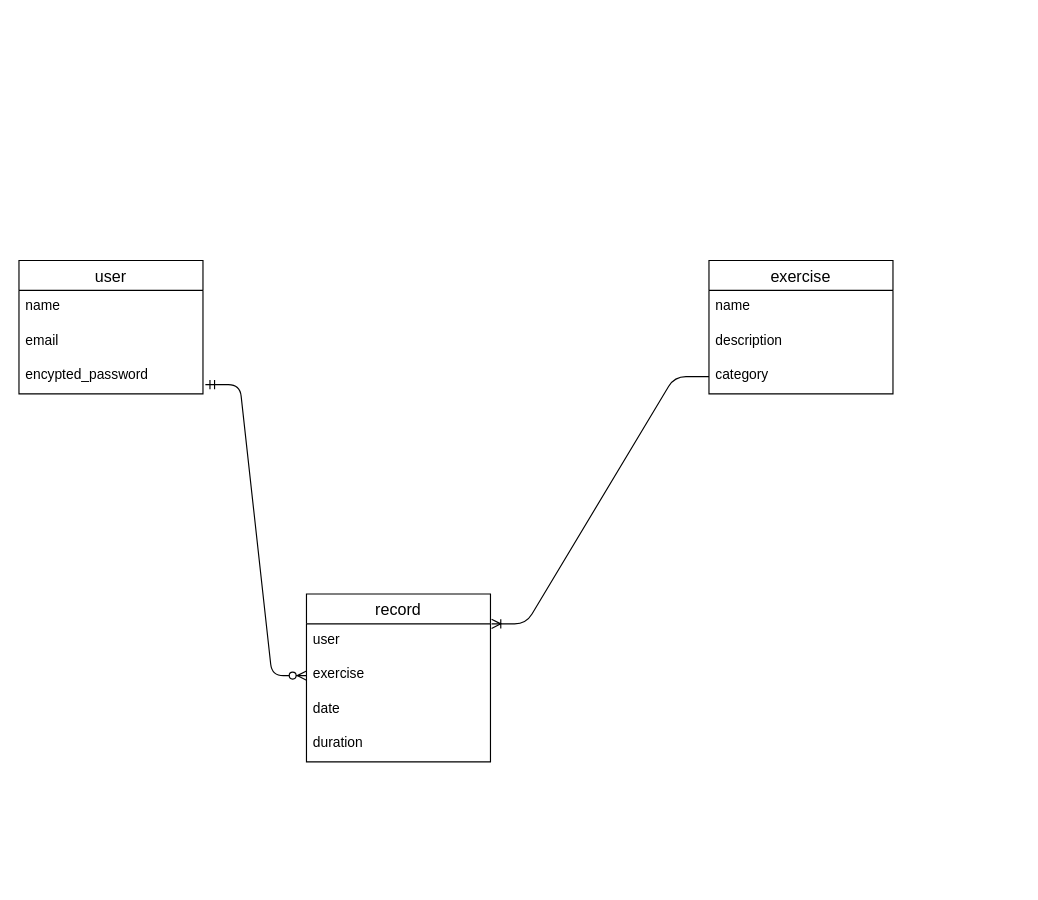
Earlier version of the draw.io diagram page "ページ1" (1 of 2) of test.dio (yuuuuuuuka/my_training). Source tidied: cells renumbered, new cells numbered last; positions are measured from the earlier drawing's top-left corner, leaving out a move shared by most shapes. Both pictures are drawn from the tidied source at 115%, with x=0, y=0 at pixel (18, 260).
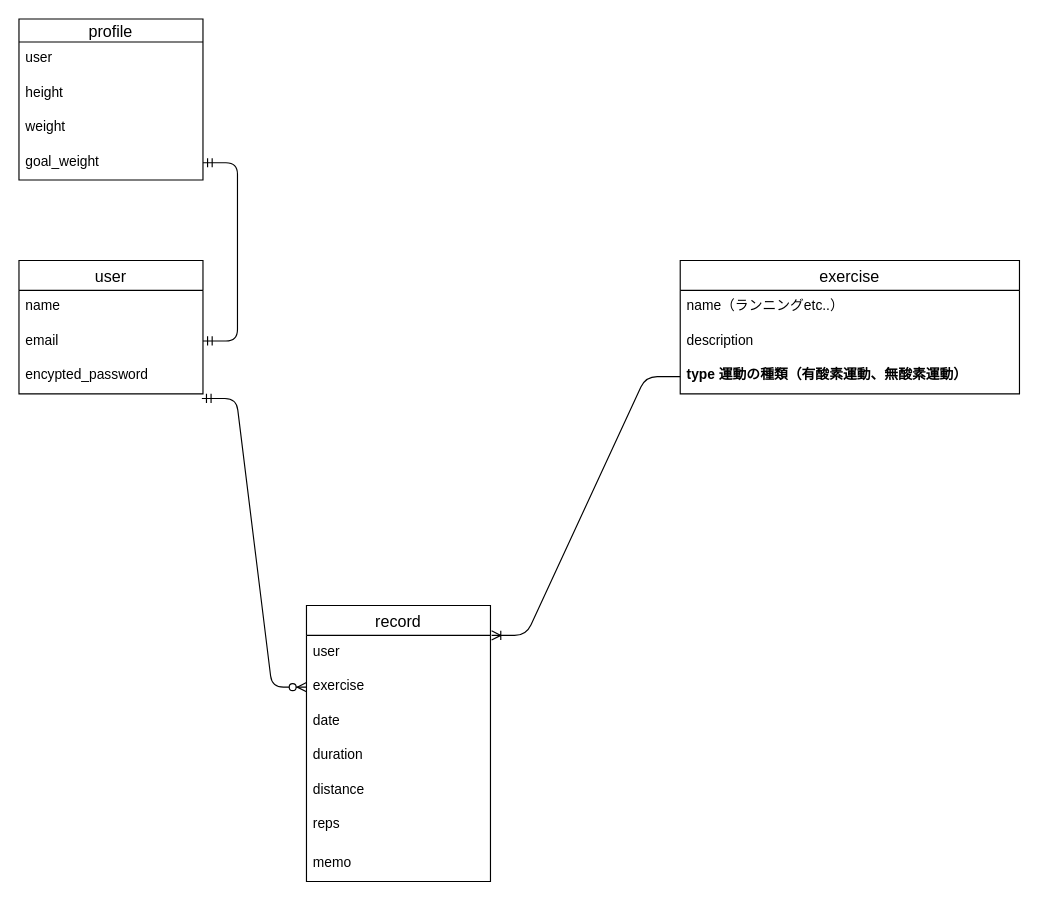
After the change.

Commit message (it also covers changes not shown here):
運動記録アプリ　DB設計

#WHAT
プロフィールテーブル追加

#WHY
マイページを作成するため

Unchanged cells that the change refers to:
```xml
<mxCell id="5" value="encypted_password&#10;&#10;" style="text;strokeColor=none;fillColor=none;spacingLeft=4;spacingRight=4;overflow=hidden;points=[[0,0.5],[1,0.5]];portConstraint=eastwest;fontSize=12;" parent="2" vertex="1">
  <mxGeometry y="86" width="160" height="30" as="geometry" />
</mxCell>
<mxCell id="11" value="user" style="text;strokeColor=none;fillColor=none;spacingLeft=4;spacingRight=4;overflow=hidden;points=[[0,0.5],[1,0.5]];portConstraint=eastwest;fontSize=12;" parent="10" vertex="1">
  <mxGeometry y="26" width="160" height="30" as="geometry" />
</mxCell>
<mxCell id="12" value="exercise" style="text;strokeColor=none;fillColor=none;spacingLeft=4;spacingRight=4;overflow=hidden;points=[[0,0.5],[1,0.5]];portConstraint=eastwest;fontSize=12;" parent="10" vertex="1">
  <mxGeometry y="56" width="160" height="30" as="geometry" />
</mxCell>
```

Diff of the diagram source:
```diff
@@
     <mxCell id="6" value="exercise" style="swimlane;fontStyle=0;horizontal=1;startSize=26;align=center;fontSize=14;" parent="1" vertex="1">
-      <mxGeometry x="600" width="160" height="116" as="geometry" />
+      <mxGeometry x="575" width="295" height="116" as="geometry" />
     </mxCell>
-    <mxCell id="7" value="name" style="text;strokeColor=none;fillColor=none;spacingLeft=4;spacingRight=4;overflow=hidden;fontSize=12;" parent="6" vertex="1">
-      <mxGeometry y="26" width="160" height="30" as="geometry" />
+    <mxCell id="7" value="name（ランニングetc..）" style="text;strokeColor=none;fillColor=none;spacingLeft=4;spacingRight=4;overflow=hidden;fontSize=12;" parent="6" vertex="1">
+      <mxGeometry y="26" width="295" height="30" as="geometry" />
     </mxCell>
     <mxCell id="8" value="description" style="text;strokeColor=none;fillColor=none;spacingLeft=4;spacingRight=4;overflow=hidden;fontSize=12;" parent="6" vertex="1">
-      <mxGeometry y="56" width="160" height="30" as="geometry" />
+      <mxGeometry y="56" width="295" height="30" as="geometry" />
     </mxCell>
-    <mxCell id="9" value="category" style="text;strokeColor=none;fillColor=none;spacingLeft=4;spacingRight=4;overflow=hidden;points=[[0,0.5],[1,0.5]];portConstraint=eastwest;fontSize=12;" parent="6" vertex="1">
-      <mxGeometry y="86" width="160" height="30" as="geometry" />
-    </mxCell>
+    <mxCell id="17" value="type 運動の種類（有酸素運動、無酸素運動）" style="text;strokeColor=none;fillColor=none;spacingLeft=4;spacingRight=4;overflow=hidden;points=[[0,0.5],[1,0.5]];portConstraint=eastwest;fontSize=12;fontStyle=1;" parent="6" vertex="1">
+      <mxGeometry y="86" width="295" height="30" as="geometry" />
+    </mxCell>
     <mxCell id="10" value="record" style="swimlane;fontStyle=0;horizontal=1;startSize=26;align=center;fontSize=14;" parent="1" vertex="1">
-      <mxGeometry x="250" y="290" width="160" height="146" as="geometry" />
+      <mxGeometry x="250" y="300" width="160" height="240" as="geometry" />
     </mxCell>
@@
+    <mxCell id="18" value="distance" style="text;strokeColor=none;fillColor=none;spacingLeft=4;spacingRight=4;overflow=hidden;fontSize=12;" parent="10" vertex="1">
+      <mxGeometry y="146" width="160" height="30" as="geometry" />
+    </mxCell>
+    <mxCell id="19" value="reps" style="text;strokeColor=none;fillColor=none;spacingLeft=4;spacingRight=4;overflow=hidden;fontSize=12;" parent="10" vertex="1">
+      <mxGeometry y="176" width="160" height="34" as="geometry" />
+    </mxCell>
+    <mxCell id="20" value="memo" style="text;strokeColor=none;fillColor=none;spacingLeft=4;spacingRight=4;overflow=hidden;fontSize=12;" parent="10" vertex="1">
+      <mxGeometry y="210" width="160" height="30" as="geometry" />
+    </mxCell>
-    <mxCell id="15" style="edgeStyle=entityRelationEdgeStyle;fontSize=12;html=1;endArrow=ERoneToMany;entryX=1.006;entryY=0;entryDx=0;entryDy=0;entryPerimeter=0;startArrow=none;exitX=0;exitY=0.5;exitDx=0;exitDy=0;" parent="1" edge="1" source="9" target="11">
+    <mxCell id="15" style="edgeStyle=entityRelationEdgeStyle;fontSize=12;html=1;endArrow=ERoneToMany;entryX=1.006;entryY=0;entryDx=0;entryDy=0;entryPerimeter=0;startArrow=none;" parent="1" edge="1" source="17" target="11">
       <mxGeometry relative="1" as="geometry" />
     </mxCell>
-    <mxCell id="16" style="edgeStyle=entityRelationEdgeStyle;fontSize=12;html=1;endArrow=ERzeroToMany;startArrow=ERmandOne;exitX=1.013;exitY=0.733;exitDx=0;exitDy=0;exitPerimeter=0;entryX=0;entryY=0.5;entryDx=0;entryDy=0;" parent="1" edge="1" source="5" target="12">
+    <mxCell id="16" style="edgeStyle=entityRelationEdgeStyle;fontSize=12;html=1;endArrow=ERzeroToMany;startArrow=ERmandOne;entryX=0;entryY=0.5;entryDx=0;entryDy=0;exitX=0.994;exitY=1.133;exitDx=0;exitDy=0;exitPerimeter=0;" parent="1" edge="1" source="5" target="12">
       <mxGeometry relative="1" as="geometry" />
     </mxCell>
+    <mxCell id="21" value="profile" style="swimlane;fontStyle=0;horizontal=1;startSize=20;align=center;fontSize=14;" parent="1" vertex="1">
+      <mxGeometry y="-210" width="160" height="140" as="geometry" />
+    </mxCell>
+    <mxCell id="22" value="user" style="text;strokeColor=none;fillColor=none;spacingLeft=4;spacingRight=4;overflow=hidden;fontSize=12;" parent="21" vertex="1">
+      <mxGeometry y="20" width="160" height="30" as="geometry" />
+    </mxCell>
+    <mxCell id="23" value="height" style="text;strokeColor=none;fillColor=none;spacingLeft=4;spacingRight=4;overflow=hidden;fontSize=12;" parent="21" vertex="1">
+      <mxGeometry y="50" width="160" height="30" as="geometry" />
+    </mxCell>
+    <mxCell id="24" value="weight" style="text;strokeColor=none;fillColor=none;spacingLeft=4;spacingRight=4;overflow=hidden;fontSize=12;" parent="21" vertex="1">
+      <mxGeometry y="80" width="160" height="30" as="geometry" />
+    </mxCell>
+    <mxCell id="25" value="goal_weight" style="text;strokeColor=none;fillColor=none;spacingLeft=4;spacingRight=4;overflow=hidden;points=[[0,0.5],[1,0.5]];portConstraint=eastwest;fontSize=12;" parent="21" vertex="1">
+      <mxGeometry y="110" width="160" height="30" as="geometry" />
+    </mxCell>
+    <mxCell id="26" style="edgeStyle=entityRelationEdgeStyle;fontSize=12;html=1;endArrow=ERmandOne;startArrow=ERmandOne;entryX=1;entryY=0.5;entryDx=0;entryDy=0;" parent="1" edge="1" target="25">
+      <mxGeometry relative="1" as="geometry">
+        <mxPoint x="160" y="70" as="sourcePoint" />
+      </mxGeometry>
+    </mxCell>
```
